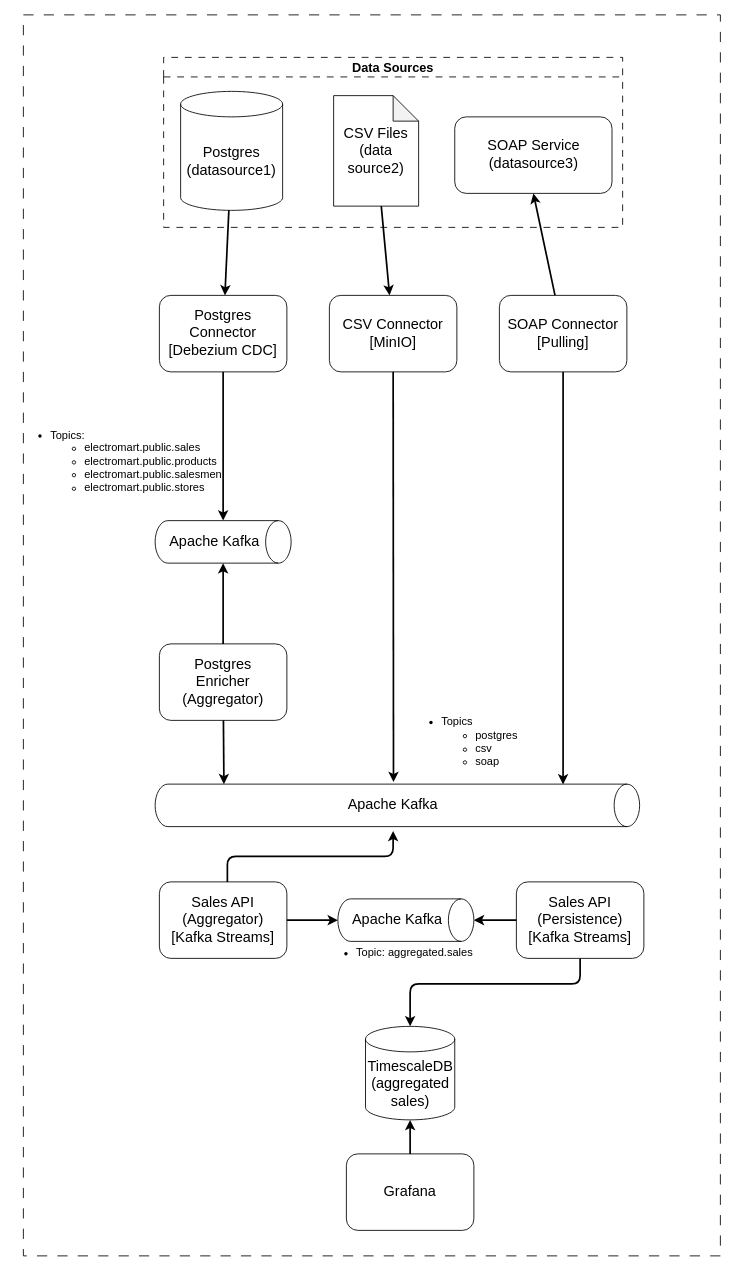
Earlier version of the draw.io diagram data/salesman-kata-v2/diagrams/solutions.drawio (codegik/team-red). Source tidied: cells renumbered, new cells numbered last; positions are measured from the earlier drawing's top-left corner, leaving out a move shared by most shapes. Both pictures are drawn from the tidied source at 85%, with x=0, y=0 at pixel (14, 14).
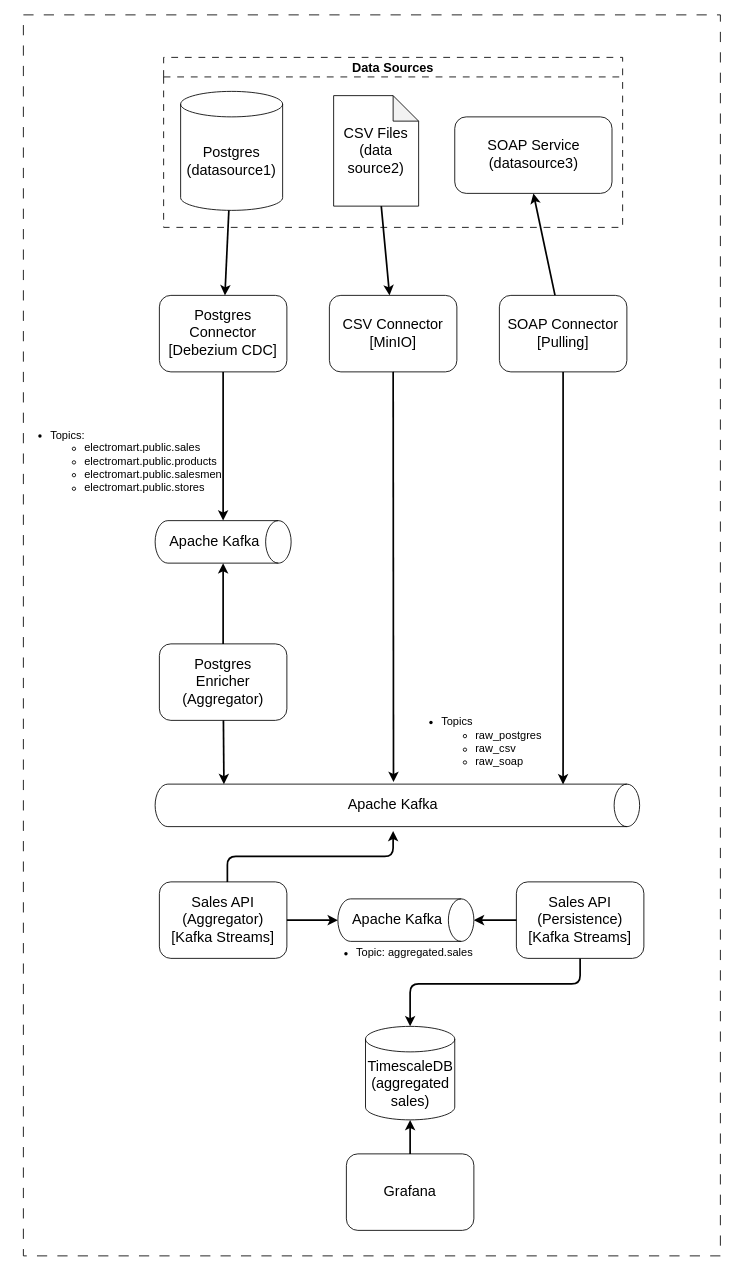
After the change.

Commit message (it also covers changes not shown here):
doc: update topics names on diagram

Diff of the diagram source:
```diff
@@
-    <mxCell id="29" value="&lt;ul&gt;&lt;li&gt;&lt;font style=&quot;font-size: 13px; color: rgb(0, 0, 0);&quot;&gt;Topics&lt;/font&gt;&lt;/li&gt;&lt;ul&gt;&lt;li&gt;&lt;font style=&quot;font-size: 13px; color: rgb(0, 0, 0);&quot;&gt;postgres&lt;/font&gt;&lt;/li&gt;&lt;li&gt;&lt;font style=&quot;font-size: 13px; color: rgb(0, 0, 0);&quot;&gt;csv&lt;/font&gt;&lt;/li&gt;&lt;li&gt;&lt;font style=&quot;font-size: 13px; color: rgb(0, 0, 0);&quot;&gt;soap&lt;/font&gt;&lt;/li&gt;&lt;/ul&gt;&lt;/ul&gt;" style="text;html=1;align=left;verticalAlign=middle;strokeColor=none;fillColor=none;" parent="1" vertex="1">
-      <mxGeometry x="460" y="795" width="150" height="120" as="geometry" />
+    <mxCell id="29" value="&lt;ul&gt;&lt;li&gt;&lt;font style=&quot;font-size: 13px; color: rgb(0, 0, 0);&quot;&gt;Topics&lt;/font&gt;&lt;/li&gt;&lt;ul&gt;&lt;li&gt;&lt;font style=&quot;font-size: 13px; color: rgb(0, 0, 0);&quot;&gt;raw_postgres&lt;/font&gt;&lt;/li&gt;&lt;li&gt;&lt;font style=&quot;font-size: 13px; color: rgb(0, 0, 0);&quot;&gt;raw_csv&lt;/font&gt;&lt;/li&gt;&lt;li&gt;&lt;font style=&quot;font-size: 13px; color: rgb(0, 0, 0);&quot;&gt;raw_soap&lt;/font&gt;&lt;/li&gt;&lt;/ul&gt;&lt;/ul&gt;" style="text;html=1;align=left;verticalAlign=middle;strokeColor=none;fillColor=none;" parent="1" vertex="1">
+      <mxGeometry x="460" y="795" width="180" height="120" as="geometry" />
     </mxCell>
```
